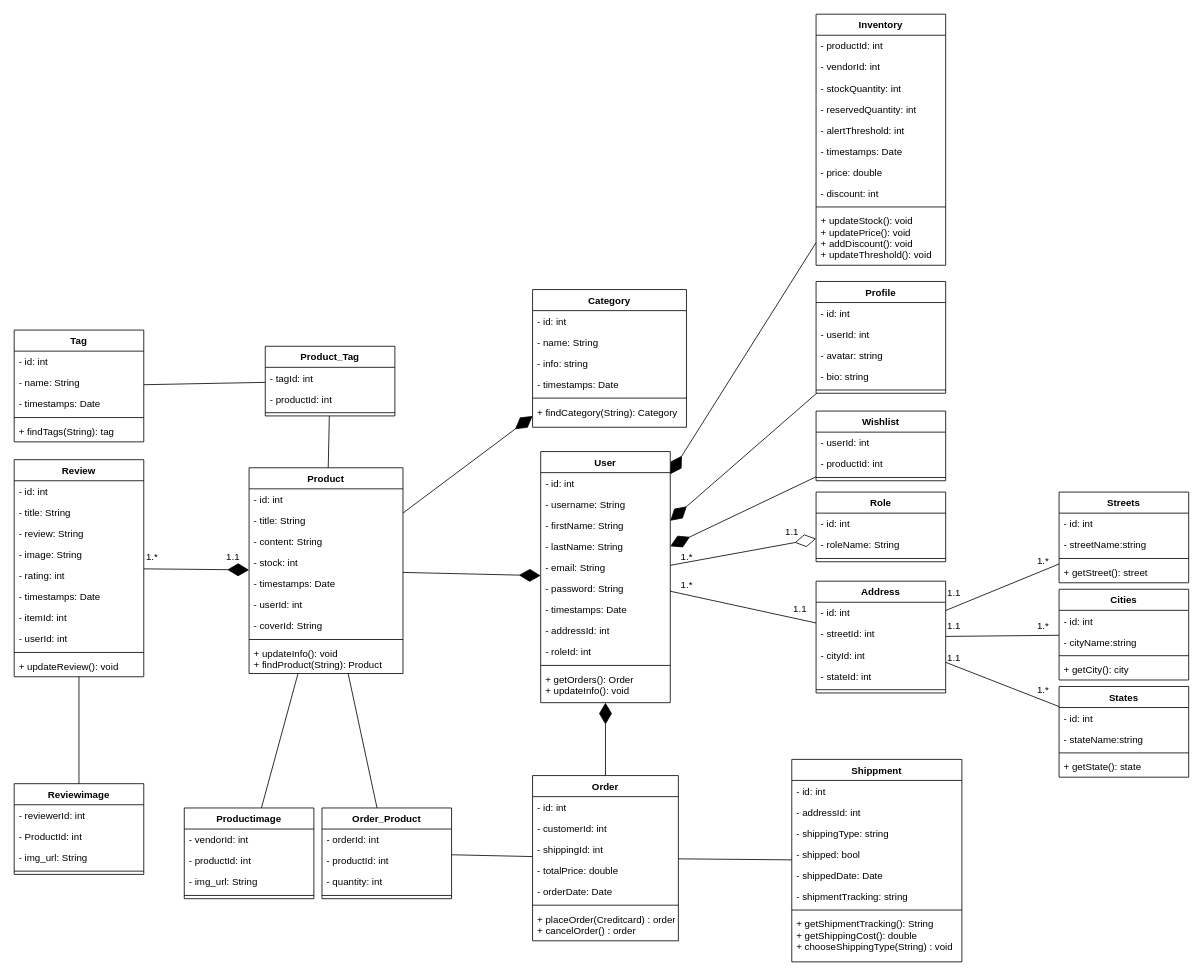
This is UML_Diagrams/uml.class-diagram.drawio from elkhailihamza/MoroChic-Treasures, a draw.io file, before an edit. Source tidied: cells renumbered, new cells numbered last; positions are measured from the earlier drawing's top-left corner, leaving out a move shared by most shapes. Both pictures are drawn from the tidied source at 81%, with x=0, y=0 at pixel (14, 14).
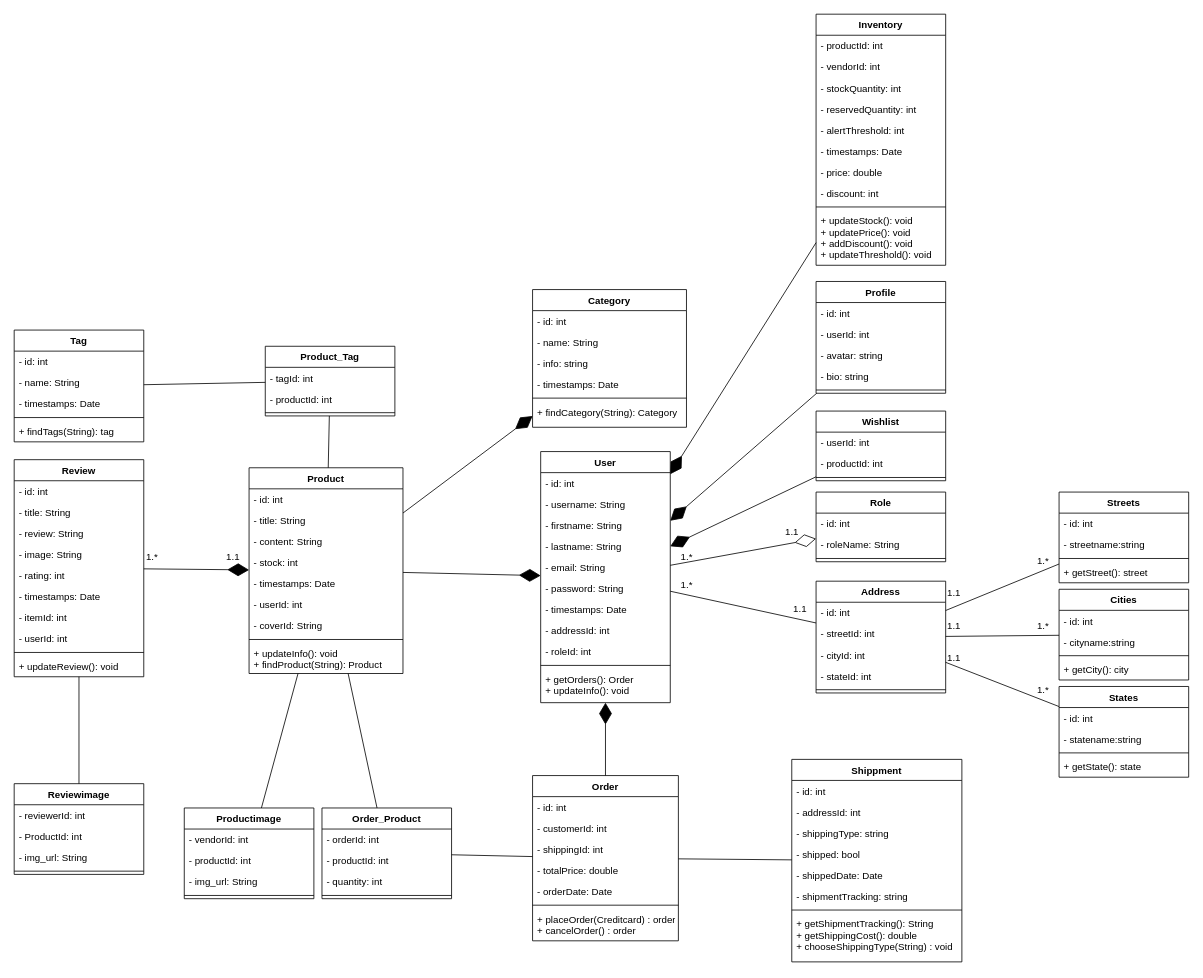
Above is the later version.

Commit message:
changed var names

The change refers to these unchanged cells:
```xml
<mxCell id="2" value="User" style="swimlane;fontStyle=1;align=center;verticalAlign=top;horizontal=1;startSize=26;" parent="1" vertex="1">
  <mxGeometry x="650" y="540" width="160" height="310" as="geometry" />
</mxCell>
<mxCell id="123" value="Cities" style="swimlane;fontStyle=1;align=center;verticalAlign=top;horizontal=1;startSize=26;" parent="1" vertex="1">
  <mxGeometry x="1290" y="710" width="160" height="112" as="geometry" />
</mxCell>
<mxCell id="129" value="Streets" style="swimlane;fontStyle=1;align=center;verticalAlign=top;horizontal=1;startSize=26;" parent="1" vertex="1">
  <mxGeometry x="1290" y="590" width="160" height="112" as="geometry" />
</mxCell>
<mxCell id="134" value="States" style="swimlane;fontStyle=1;align=center;verticalAlign=top;horizontal=1;startSize=26;" parent="1" vertex="1">
  <mxGeometry x="1290" y="830" width="160" height="112" as="geometry" />
</mxCell>
```

What changed in the source:
```diff
@@
-    <mxCell id="5" value="- firstName: String" style="text;strokeColor=none;fillColor=none;align=left;verticalAlign=top;spacingLeft=4;spacingRight=4;overflow=hidden;" parent="2" vertex="1">
+    <mxCell id="5" value="- firstname: String" style="text;strokeColor=none;fillColor=none;align=left;verticalAlign=top;spacingLeft=4;spacingRight=4;overflow=hidden;" parent="2" vertex="1">
       <mxGeometry y="78" width="160" height="26" as="geometry" />
     </mxCell>
-    <mxCell id="6" value="- lastName: String" style="text;strokeColor=none;fillColor=none;align=left;verticalAlign=top;spacingLeft=4;spacingRight=4;overflow=hidden;" parent="2" vertex="1">
+    <mxCell id="6" value="- lastname: String" style="text;strokeColor=none;fillColor=none;align=left;verticalAlign=top;spacingLeft=4;spacingRight=4;overflow=hidden;" parent="2" vertex="1">
       <mxGeometry y="104" width="160" height="26" as="geometry" />
     </mxCell>
@@
-    <mxCell id="125" value="- cityName:string" style="text;strokeColor=none;fillColor=none;align=left;verticalAlign=top;spacingLeft=4;spacingRight=4;overflow=hidden;" parent="123" vertex="1">
+    <mxCell id="125" value="- cityname:string" style="text;strokeColor=none;fillColor=none;align=left;verticalAlign=top;spacingLeft=4;spacingRight=4;overflow=hidden;" parent="123" vertex="1">
       <mxGeometry y="52" width="160" height="26" as="geometry" />
     </mxCell>
@@
-    <mxCell id="131" value="- streetName:string" style="text;strokeColor=none;fillColor=none;align=left;verticalAlign=top;spacingLeft=4;spacingRight=4;overflow=hidden;" parent="129" vertex="1">
+    <mxCell id="131" value="- streetname:string" style="text;strokeColor=none;fillColor=none;align=left;verticalAlign=top;spacingLeft=4;spacingRight=4;overflow=hidden;" parent="129" vertex="1">
       <mxGeometry y="52" width="160" height="26" as="geometry" />
     </mxCell>
@@
-    <mxCell id="136" value="- stateName:string" style="text;strokeColor=none;fillColor=none;align=left;verticalAlign=top;spacingLeft=4;spacingRight=4;overflow=hidden;" parent="134" vertex="1">
+    <mxCell id="136" value="- statename:string" style="text;strokeColor=none;fillColor=none;align=left;verticalAlign=top;spacingLeft=4;spacingRight=4;overflow=hidden;" parent="134" vertex="1">
       <mxGeometry y="52" width="160" height="26" as="geometry" />
     </mxCell>
```
